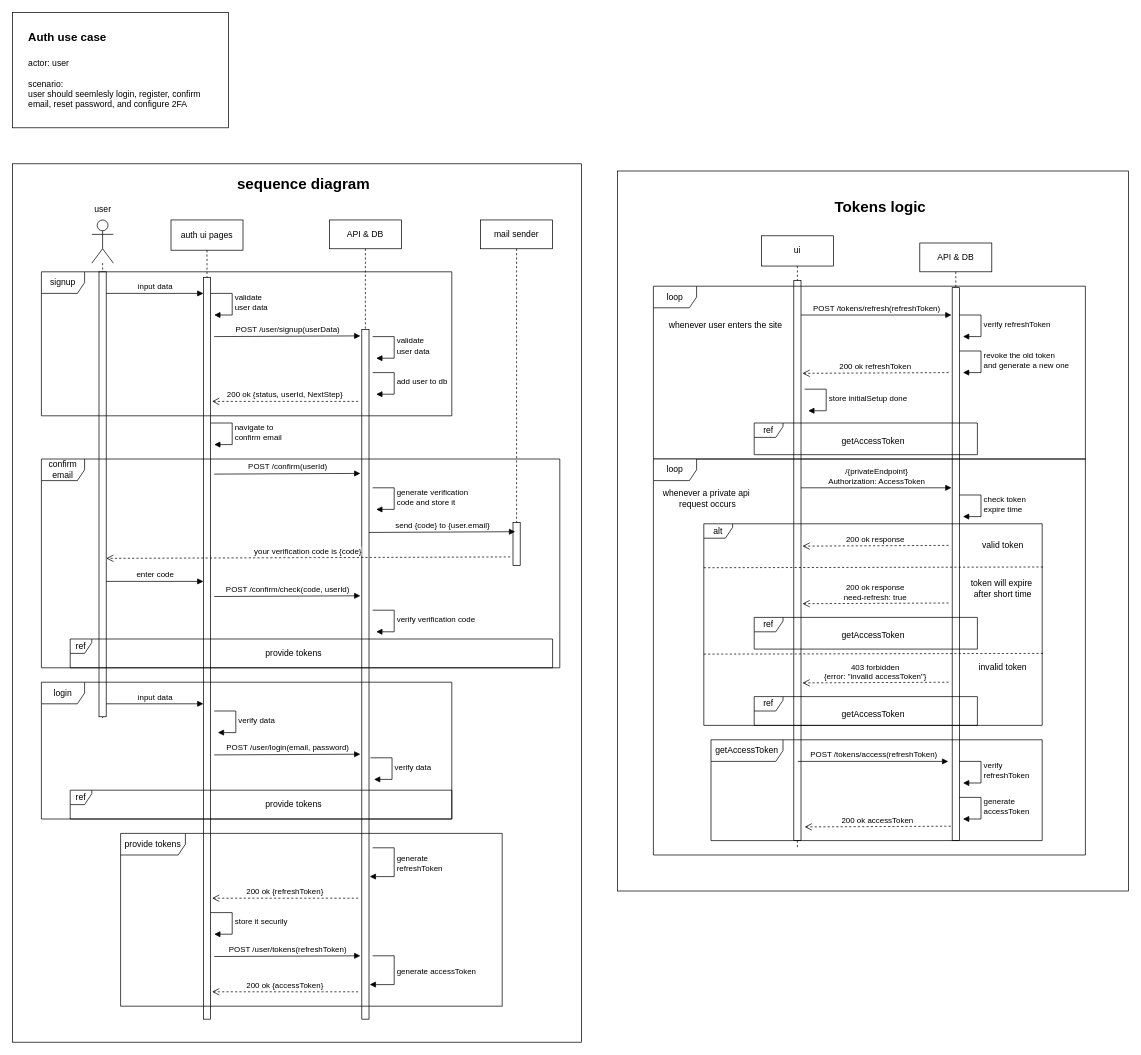
Before: page "Auth" (3 of 5) of pamylka - general.drawio in ahmed-elbehairy7/pamylka-system-design, a draw.io diagram. Source tidied: cells renumbered, new cells numbered last; positions are measured from the earlier drawing's top-left corner, leaving out a move shared by most shapes. Both pictures are drawn from the tidied source at 72%, with x=0, y=0 at pixel (12, 12).
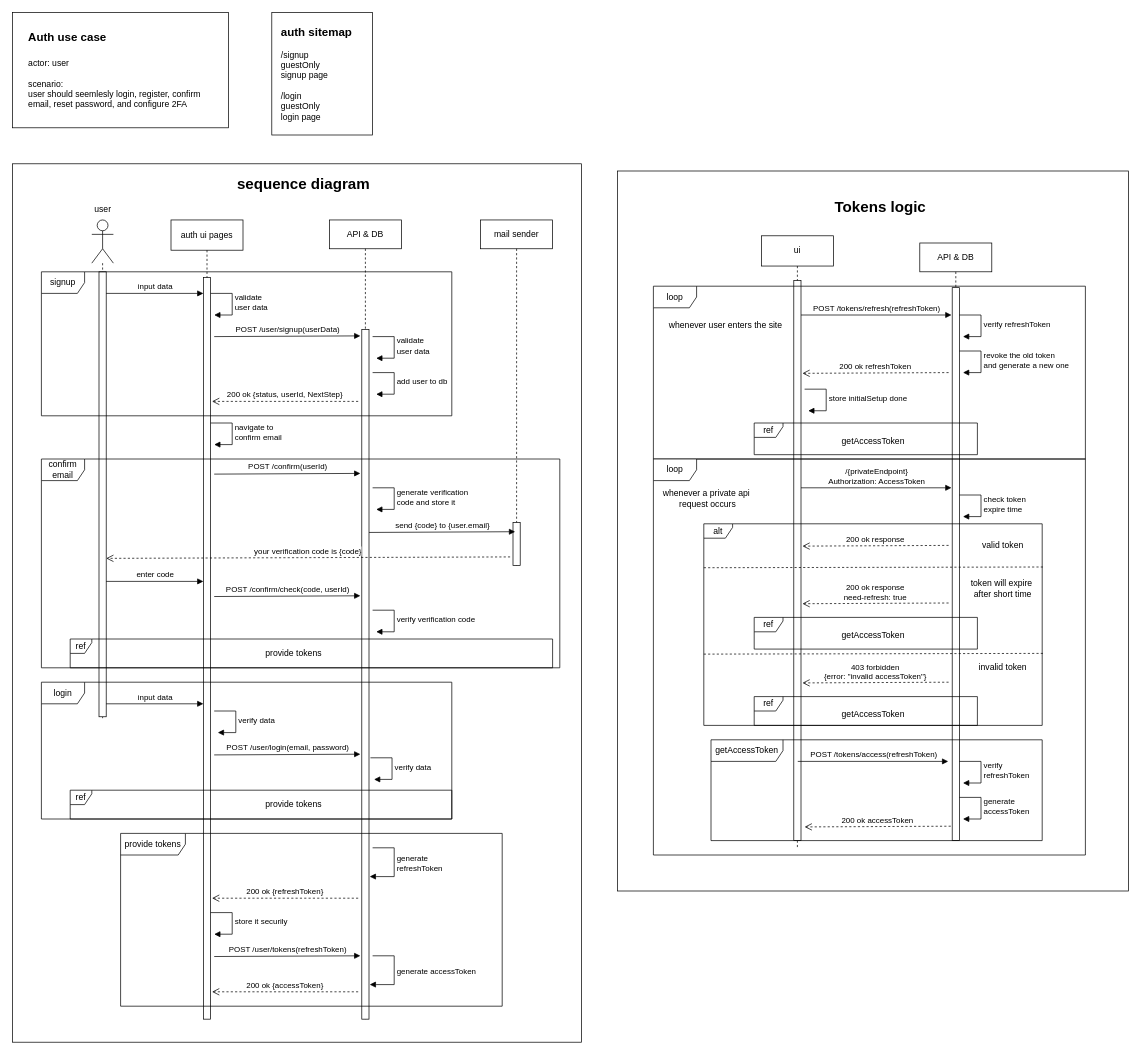
After the change.

Commit message (it also covers changes not shown here):
added profile sitemap

Change to the diagram source:
```diff
@@
+    <mxCell id="87" style="group;" parent="1" vertex="1">
+      <mxGeometry x="360" width="142" height="171" as="geometry" />
+    </mxCell>
+    <mxCell id="88" style="rounded=0;whiteSpace=wrap;html=1;" parent="87" vertex="1">
+      <mxGeometry width="140" height="170" as="geometry" />
+    </mxCell>
+    <mxCell id="89" value="&lt;div&gt;&lt;span style=&quot;font-size: 16px;&quot;&gt;&lt;b&gt;auth sitemap&lt;/b&gt;&lt;/span&gt;&lt;/div&gt;&lt;div&gt;&lt;br&gt;&lt;/div&gt;&lt;div&gt;/signup&lt;/div&gt;&lt;div&gt;guestOnly&lt;/div&gt;&lt;div&gt;signup page&lt;/div&gt;&lt;div&gt;&lt;br&gt;&lt;/div&gt;&lt;div&gt;/login&lt;/div&gt;&lt;div&gt;guestOnly&lt;/div&gt;&lt;div&gt;login page&lt;/div&gt;" style="text;html=1;align=left;verticalAlign=middle;strokeColor=none;fillColor=none;" parent="87" vertex="1">
+      <mxGeometry x="11" y="10" width="120" height="150" as="geometry" />
+    </mxCell>
```
